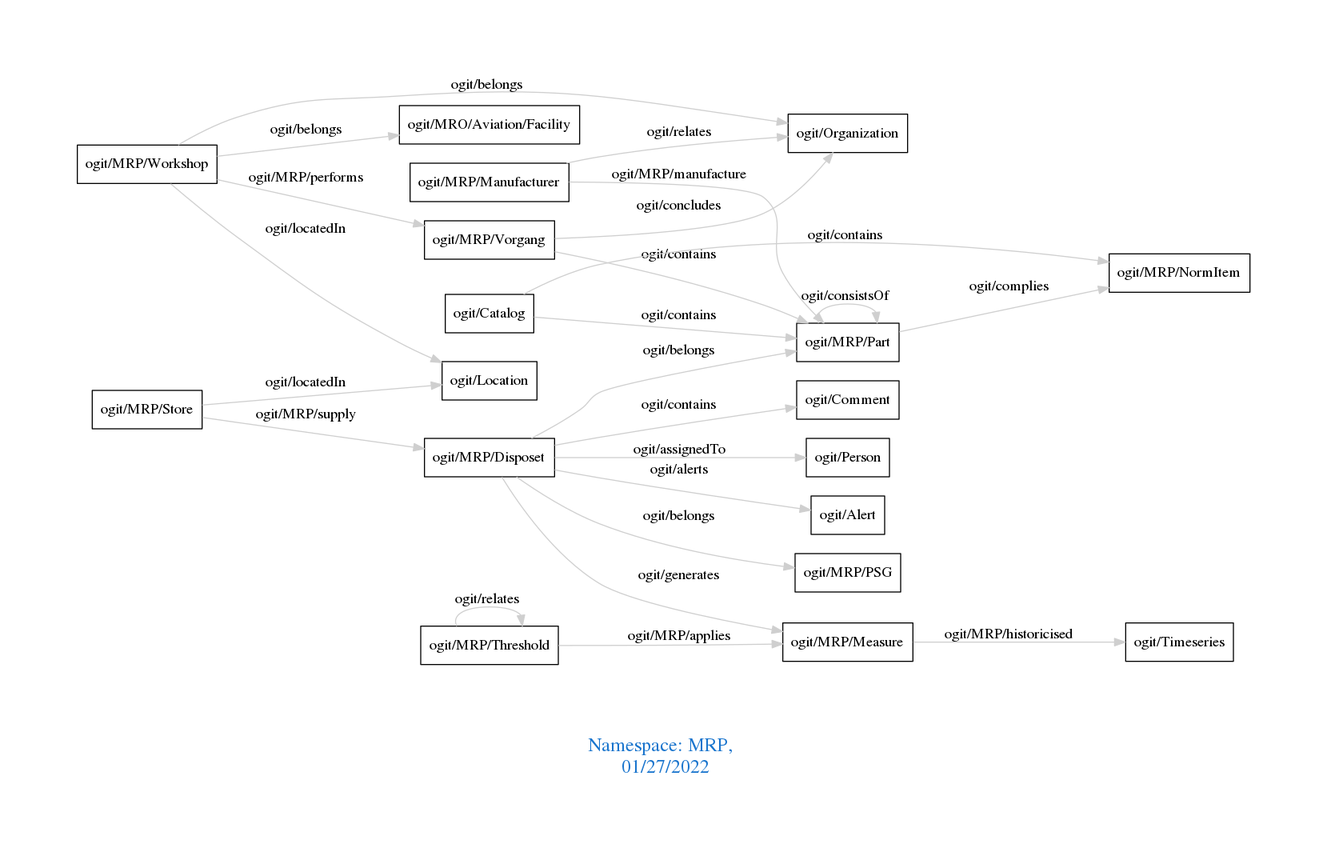
This is downloads/MRP.png from arago/OGIT, a Graphviz export, as it was before one commit. Its source is kept beside it as downloads/MRP.dot.
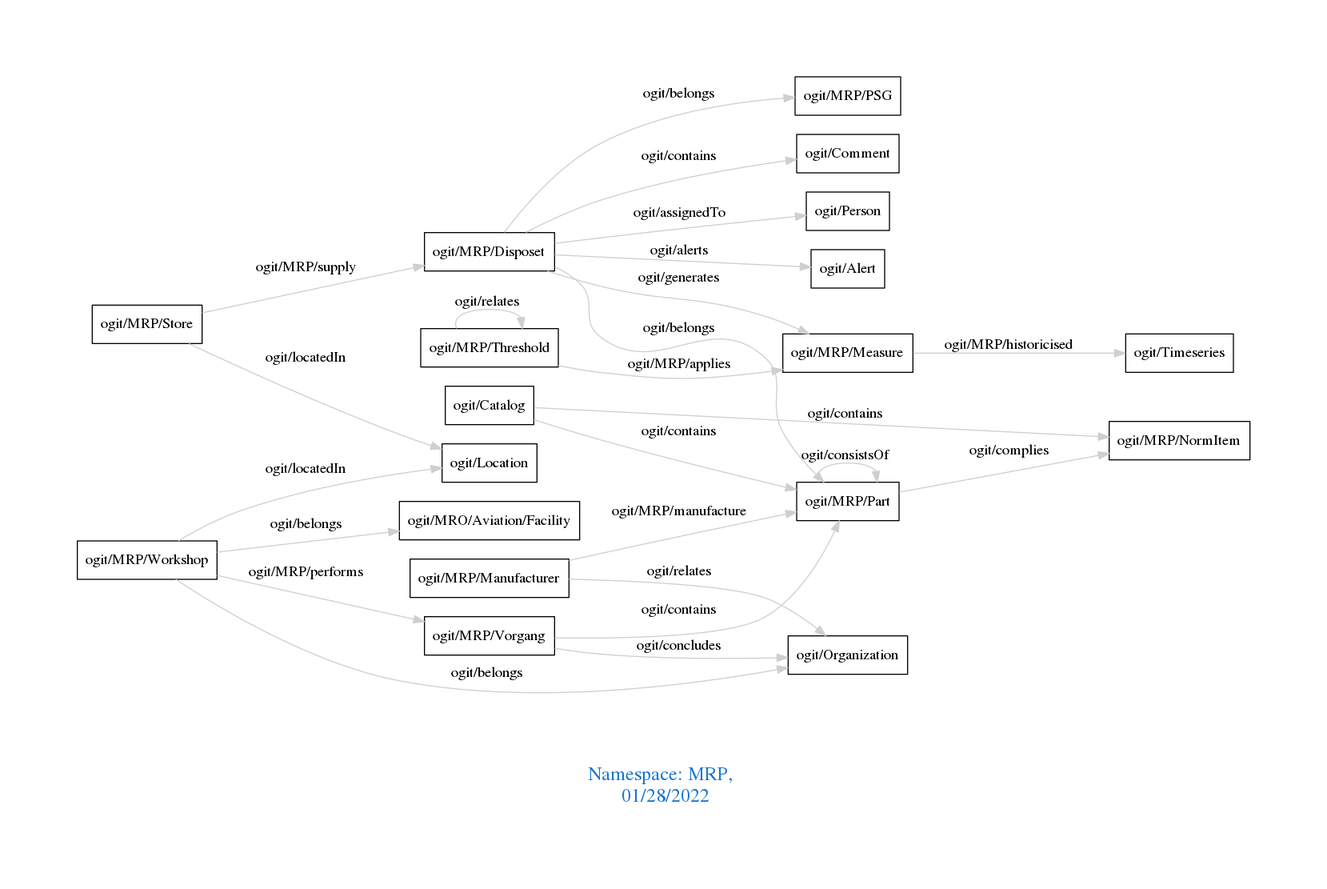
After the commit.

Diff of the diagram source:
```diff
@@ -1,12 +1,12 @@
 digraph OGIT_ontology {
  graph [ rankdir= LR,pad=1
 fontsize = 18,
-fontcolor= dodgerblue3,label = "\n\n\nNamespace: MRP, \n 01/27/2022"];
+fontcolor= dodgerblue3,label = "\n\n\nNamespace: MRP, \n 01/28/2022"];
 node[shape=polygon];
 edge [  color="gray81"];
 
+   "ogit/MRP/Disposet" -> "ogit/Comment" [label="   ogit/contains    "];
    "ogit/MRP/Vorgang" -> "ogit/MRP/Part" [label="   ogit/contains    "];
-   "ogit/MRP/Disposet" -> "ogit/Comment" [label="   ogit/contains    "];
    "ogit/Catalog" -> "ogit/MRP/NormItem" [label="   ogit/contains    "];
    "ogit/Catalog" -> "ogit/MRP/Part" [label="   ogit/contains    "];
    "ogit/MRP/Vorgang" -> "ogit/Organization" [label="   ogit/concludes    "];
@@ -16,15 +16,15 @@
    "ogit/MRP/Part" -> "ogit/MRP/NormItem" [label="   ogit/complies    "];
    "ogit/MRP/Workshop" -> "ogit/MRP/Vorgang" [label="   ogit/MRP/performs    "];
    "ogit/MRP/Disposet" -> "ogit/Alert" [label="   ogit/alerts    "];
+   "ogit/MRP/Store" -> "ogit/Location" [label="   ogit/locatedIn    "];
    "ogit/MRP/Workshop" -> "ogit/Location" [label="   ogit/locatedIn    "];
-   "ogit/MRP/Store" -> "ogit/Location" [label="   ogit/locatedIn    "];
    "ogit/MRP/Measure" -> "ogit/Timeseries" [label="   ogit/MRP/historicised    "];
    "ogit/MRP/Manufacturer" -> "ogit/MRP/Part" [label="   ogit/MRP/manufacture    "];
    "ogit/MRP/Store" -> "ogit/MRP/Disposet" [label="   ogit/MRP/supply    "];
+   "ogit/MRP/Disposet" -> "ogit/MRP/Part" [label="   ogit/belongs    "];
+   "ogit/MRP/Disposet" -> "ogit/MRP/PSG" [label="   ogit/belongs    "];
    "ogit/MRP/Workshop" -> "ogit/MRO/Aviation/Facility" [label="   ogit/belongs    "];
    "ogit/MRP/Workshop" -> "ogit/Organization" [label="   ogit/belongs    "];
-   "ogit/MRP/Disposet" -> "ogit/MRP/Part" [label="   ogit/belongs    "];
-   "ogit/MRP/Disposet" -> "ogit/MRP/PSG" [label="   ogit/belongs    "];
    "ogit/MRP/Manufacturer" -> "ogit/Organization" [label="   ogit/relates    "];
    "ogit/MRP/Threshold" -> "ogit/MRP/Threshold" [label="   ogit/relates    "];
    "ogit/MRP/Part" -> "ogit/MRP/Part" [label="   ogit/consistsOf    "];
```
